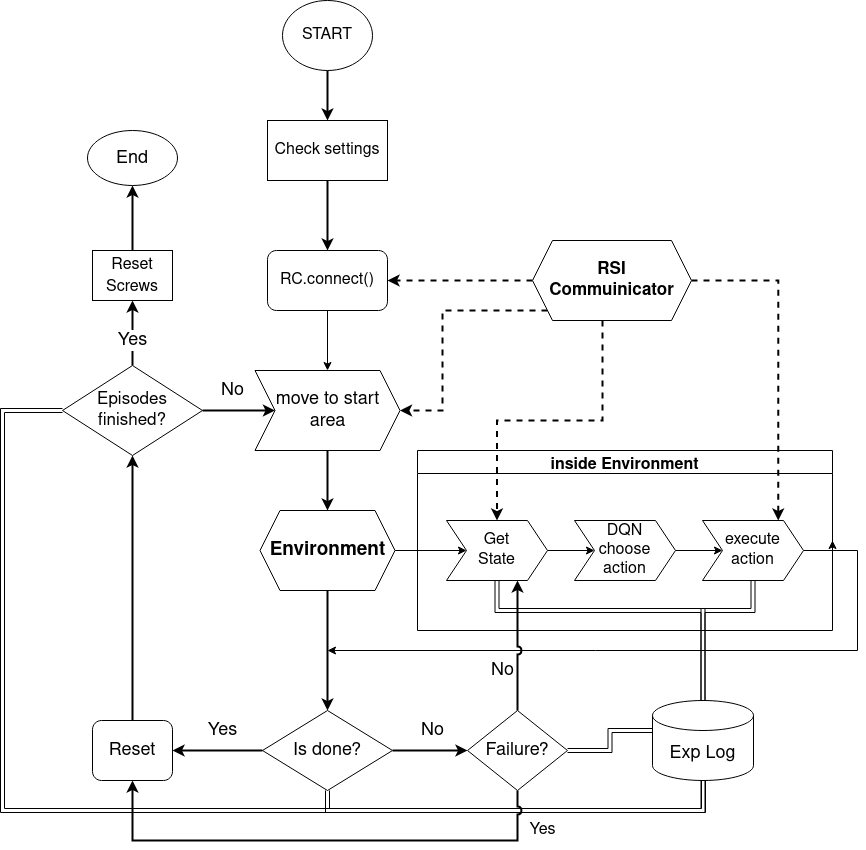
This is rl-unscrew.png from TONiiV/flowcharts, a draw.io export, as it was before one commit. Source tidied: cells renumbered, new cells last; positions are measured from the earlier drawing's top-left corner, leaving out a move shared by most shapes.
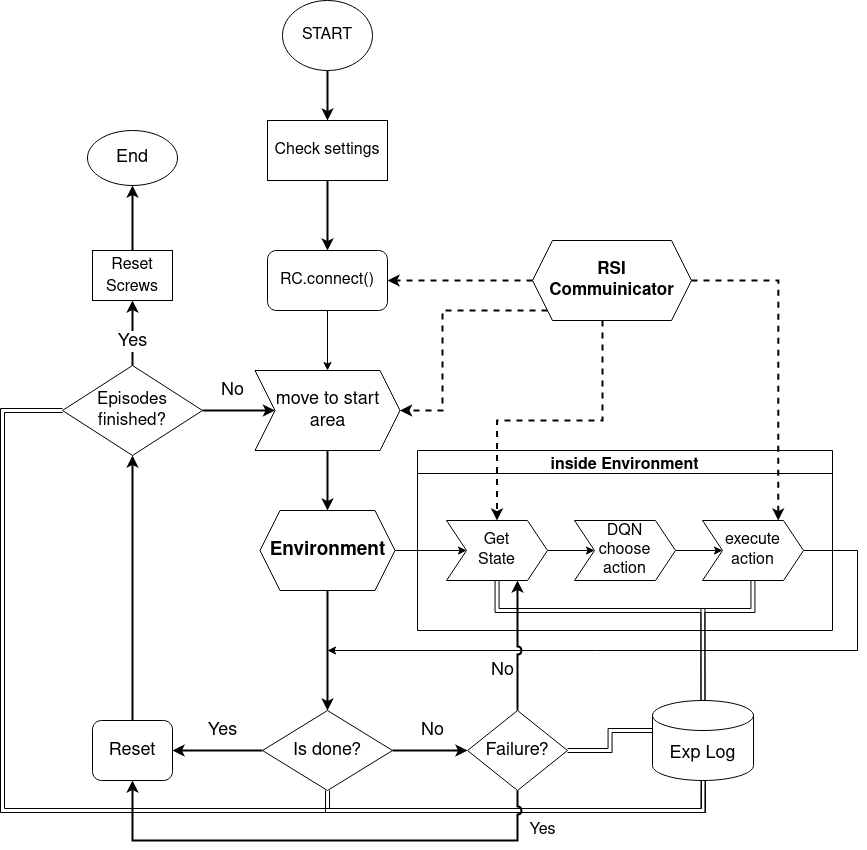
Later version of the same file.

What changed in the source:
```diff
@@ -29,11 +29,10 @@
     <mxCell id="10" value="&lt;font style=&quot;font-size: 19px&quot;&gt;&lt;b&gt;Environment&lt;/b&gt;&lt;/font&gt;" style="shape=hexagon;perimeter=hexagonPerimeter2;whiteSpace=wrap;html=1;fixedSize=1;fontFamily=Helvetica;fontSize=16;fontColor=default;align=center;strokeColor=default;fillColor=default;" parent="1" vertex="1">
       <mxGeometry x="257.5" y="510" width="135" height="80" as="geometry" />
     </mxCell>
-    <mxCell id="11" style="edgeStyle=orthogonalEdgeStyle;rounded=0;jettySize=auto;html=1;exitX=1;exitY=0.5;exitDx=0;exitDy=0;fontSize=16;" parent="1" edge="1" source="12">
+    <mxCell id="11" style="edgeStyle=orthogonalEdgeStyle;rounded=0;jettySize=auto;html=1;exitX=1;exitY=0.5;exitDx=0;exitDy=0;fontSize=16;" parent="1" edge="1" source="18">
       <mxGeometry relative="1" as="geometry">
         <mxPoint x="325" y="650" as="targetPoint" />
         <Array as="points">
-          <mxPoint x="830" y="550" />
           <mxPoint x="855" y="550" />
           <mxPoint x="855" y="650" />
         </Array>
@@ -54,9 +53,6 @@
     <mxCell id="16" value="&lt;div&gt;DQN &lt;br&gt;&lt;/div&gt;&lt;div&gt;choose &lt;br&gt;&lt;/div&gt;&lt;div&gt;action&lt;/div&gt;" style="shape=step;perimeter=stepPerimeter;whiteSpace=wrap;html=1;fixedSize=1;fontFamily=Helvetica;fontSize=16;fontColor=default;align=center;strokeColor=default;fillColor=default;" parent="12" vertex="1">
       <mxGeometry x="157" y="70" width="101" height="60" as="geometry" />
     </mxCell>
-    <mxCell id="17" style="edgeStyle=orthogonalEdgeStyle;rounded=0;jettySize=auto;html=1;exitX=1;exitY=0.5;exitDx=0;exitDy=0;entryX=1;entryY=0.5;entryDx=0;entryDy=0;fontSize=16;" parent="12" edge="1" source="18" target="12">
-      <mxGeometry relative="1" as="geometry" />
-    </mxCell>
     <mxCell id="18" value="&lt;div&gt;execute &lt;br&gt;&lt;/div&gt;&lt;div&gt;action&lt;br&gt;&lt;/div&gt;" style="shape=step;perimeter=stepPerimeter;whiteSpace=wrap;html=1;fixedSize=1;fontFamily=Helvetica;fontSize=16;fontColor=default;align=center;strokeColor=default;fillColor=default;" parent="12" vertex="1">
       <mxGeometry x="285" y="70" width="101" height="60" as="geometry" />
     </mxCell>
```
